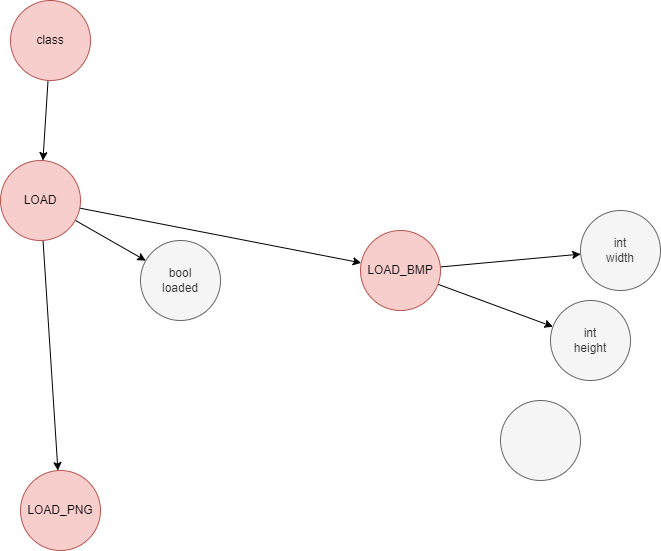
This is drawio/files/load/h.drawio.png from Tanso-mct/GLPA, a draw.io export, as it was before one commit. Source tidied: cells renumbered, new cells last; positions are measured from the earlier drawing's top-left corner, leaving out a move shared by most shapes.
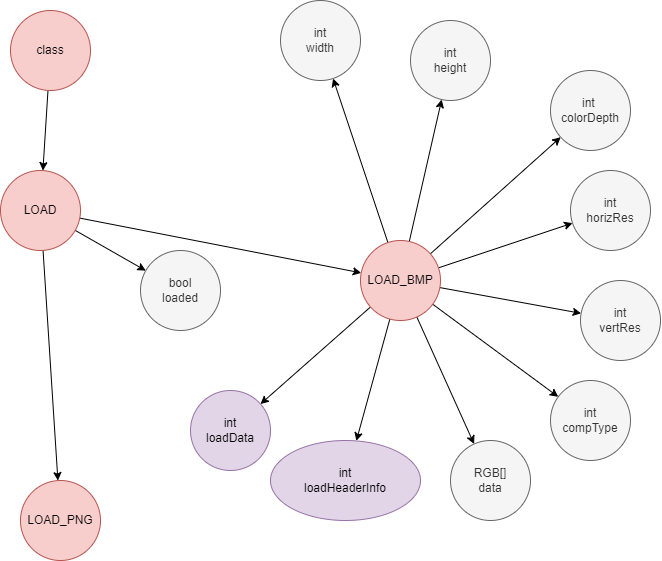
The same file after the commit.

Diff of the diagram source:
```diff
@@ -26,6 +26,27 @@
     <mxCell id="9" style="edgeStyle=none;html=1;fontFamily=Helvetica;fontSize=12;fontColor=#333333;" parent="1" edge="1" source="10" target="14">
       <mxGeometry relative="1" as="geometry" />
     </mxCell>
+    <mxCell id="16" style="edgeStyle=none;html=1;fontFamily=Helvetica;fontSize=12;fontColor=#333333;" parent="1" edge="1" source="10" target="23">
+      <mxGeometry relative="1" as="geometry" />
+    </mxCell>
+    <mxCell id="17" style="edgeStyle=none;html=1;fontFamily=Helvetica;fontSize=12;fontColor=#333333;" parent="1" edge="1" source="10" target="24">
+      <mxGeometry relative="1" as="geometry" />
+    </mxCell>
+    <mxCell id="18" style="edgeStyle=none;html=1;fontFamily=Helvetica;fontSize=12;fontColor=#333333;" parent="1" edge="1" source="10" target="25">
+      <mxGeometry relative="1" as="geometry" />
+    </mxCell>
+    <mxCell id="19" style="edgeStyle=none;html=1;fontFamily=Helvetica;fontSize=12;fontColor=#333333;" parent="1" edge="1" source="10" target="15">
+      <mxGeometry relative="1" as="geometry" />
+    </mxCell>
+    <mxCell id="20" style="edgeStyle=none;html=1;fontFamily=Helvetica;fontSize=12;fontColor=#333333;" parent="1" edge="1" source="10" target="26">
+      <mxGeometry relative="1" as="geometry" />
+    </mxCell>
+    <mxCell id="21" style="edgeStyle=none;html=1;fontFamily=Helvetica;fontSize=12;fontColor=#333333;" parent="1" edge="1" source="10" target="27">
+      <mxGeometry relative="1" as="geometry" />
+    </mxCell>
+    <mxCell id="22" style="edgeStyle=none;html=1;fontFamily=Helvetica;fontSize=12;fontColor=#333333;" parent="1" edge="1" source="10" target="28">
+      <mxGeometry relative="1" as="geometry" />
+    </mxCell>
     <mxCell id="10" value="LOAD_BMP" style="ellipse;whiteSpace=wrap;html=1;strokeColor=#b85450;fontFamily=Helvetica;fontSize=12;fillColor=#f8cecc;" parent="1" vertex="1">
       <mxGeometry x="360" y="230" width="80" height="80" as="geometry" />
     </mxCell>
@@ -36,13 +57,31 @@
       <mxGeometry x="20" y="470" width="80" height="80" as="geometry" />
     </mxCell>
     <mxCell id="13" value="int&lt;br&gt;width" style="ellipse;whiteSpace=wrap;html=1;strokeColor=#666666;fontFamily=Helvetica;fontSize=12;fontColor=#333333;fillColor=#f5f5f5;" parent="1" vertex="1">
-      <mxGeometry x="580" y="210" width="80" height="80" as="geometry" />
+      <mxGeometry x="280" y="-10" width="80" height="80" as="geometry" />
     </mxCell>
     <mxCell id="14" value="int&lt;br&gt;height" style="ellipse;whiteSpace=wrap;html=1;strokeColor=#666666;fontFamily=Helvetica;fontSize=12;fontColor=#333333;fillColor=#f5f5f5;" parent="1" vertex="1">
-      <mxGeometry x="550" y="300" width="80" height="80" as="geometry" />
+      <mxGeometry x="410" y="10" width="80" height="80" as="geometry" />
     </mxCell>
-    <mxCell id="15" style="ellipse;whiteSpace=wrap;html=1;strokeColor=#666666;fontFamily=Helvetica;fontSize=12;fontColor=#333333;fillColor=#f5f5f5;" parent="1" vertex="1">
-      <mxGeometry x="500" y="400" width="80" height="80" as="geometry" />
+    <mxCell id="15" value="int&amp;nbsp;&lt;br&gt;colorDepth" style="ellipse;whiteSpace=wrap;html=1;strokeColor=#666666;fontFamily=Helvetica;fontSize=12;fontColor=#333333;fillColor=#f5f5f5;" parent="1" vertex="1">
+      <mxGeometry x="550" y="60" width="80" height="80" as="geometry" />
     </mxCell>
+    <mxCell id="23" value="int&lt;br&gt;horizRes" style="ellipse;whiteSpace=wrap;html=1;strokeColor=#666666;fontFamily=Helvetica;fontSize=12;fontColor=#333333;fillColor=#f5f5f5;" parent="1" vertex="1">
+      <mxGeometry x="570" y="160" width="80" height="80" as="geometry" />
+    </mxCell>
+    <mxCell id="24" value="int&lt;br&gt;vertRes" style="ellipse;whiteSpace=wrap;html=1;strokeColor=#666666;fontFamily=Helvetica;fontSize=12;fontColor=#333333;fillColor=#f5f5f5;" parent="1" vertex="1">
+      <mxGeometry x="580" y="270" width="80" height="80" as="geometry" />
+    </mxCell>
+    <mxCell id="25" value="int&lt;br&gt;compType" style="ellipse;whiteSpace=wrap;html=1;strokeColor=#666666;fontFamily=Helvetica;fontSize=12;fontColor=#333333;fillColor=#f5f5f5;" parent="1" vertex="1">
+      <mxGeometry x="550" y="370" width="80" height="80" as="geometry" />
+    </mxCell>
+    <mxCell id="26" value="RGB[]&lt;br&gt;data" style="ellipse;whiteSpace=wrap;html=1;strokeColor=#666666;fontFamily=Helvetica;fontSize=12;fontColor=#333333;fillColor=#f5f5f5;" parent="1" vertex="1">
+      <mxGeometry x="450" y="430" width="80" height="80" as="geometry" />
+    </mxCell>
+    <mxCell id="27" value="int&lt;br&gt;loadHeaderInfo" style="ellipse;whiteSpace=wrap;html=1;strokeColor=#9673a6;fontFamily=Helvetica;fontSize=12;fillColor=#e1d5e7;" parent="1" vertex="1">
+      <mxGeometry x="270" y="430" width="150" height="80" as="geometry" />
+    </mxCell>
+    <mxCell id="28" value="int&lt;br&gt;loadData" style="ellipse;whiteSpace=wrap;html=1;strokeColor=#9673a6;fontFamily=Helvetica;fontSize=12;fillColor=#e1d5e7;" parent="1" vertex="1">
+      <mxGeometry x="190" y="380" width="80" height="80" as="geometry" />
+    </mxCell>
   </root>
 </mxGraphModel>
```
